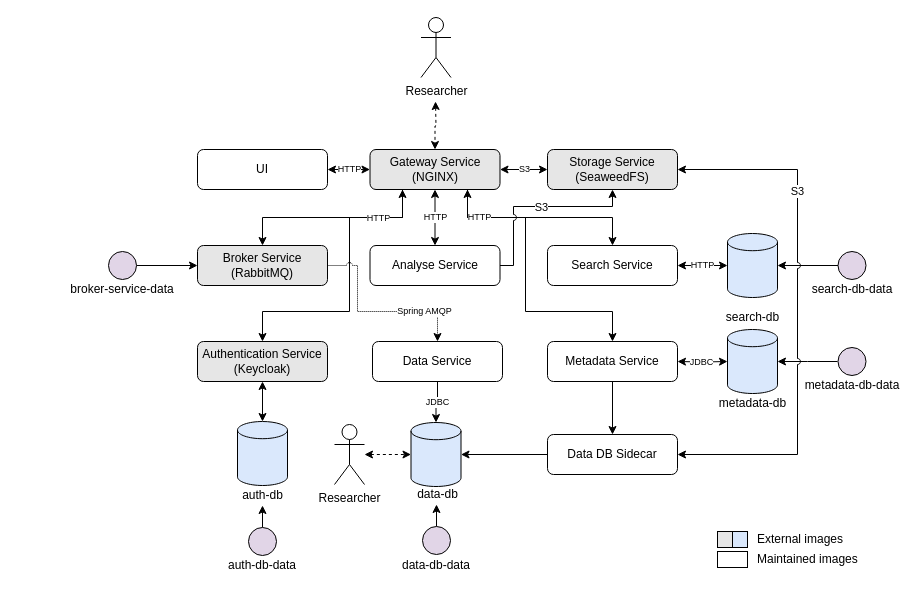
This is page "docker-compose" (1 of 8) of .docs/images/architecture.drawio from DBRepo-Project/dbrepo, a draw.io file, before an edit. Source tidied: cells renumbered, new cells numbered last; positions are measured from the earlier drawing's top-left corner, leaving out a move shared by most shapes. Both pictures are drawn from the tidied source at 100%, with x=0, y=0 at pixel (68, 17).
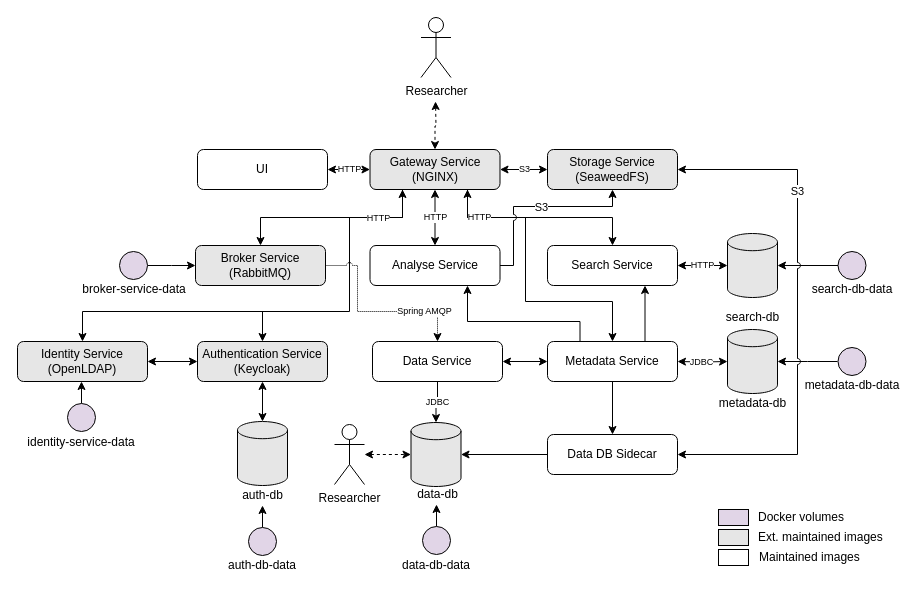
After the change.

Unchanged cells that the change refers to:
```xml
<mxCell id="13" value="Gateway Service&lt;br&gt;(NGINX)" style="rounded=1;whiteSpace=wrap;html=1;fillColor=#E6E6E6;fontColor=#000000;strokeColor=#000000;" parent="1" vertex="1">
  <mxGeometry x="301.5" y="132" width="130" height="40" as="geometry" />
</mxCell>
<mxCell id="16" value="Analyse Service" style="rounded=1;whiteSpace=wrap;html=1;" parent="1" vertex="1">
  <mxGeometry x="301.5" y="228" width="130" height="40" as="geometry" />
</mxCell>
<mxCell id="18" value="Authentication Service&lt;br&gt;(Keycloak)" style="rounded=1;whiteSpace=wrap;html=1;fillColor=#E6E6E6;fontColor=#000000;strokeColor=#000000;" parent="1" vertex="1">
  <mxGeometry x="129" y="324" width="130" height="40" as="geometry" />
</mxCell>
<mxCell id="22" value="Metadata Service" style="rounded=1;whiteSpace=wrap;html=1;" parent="1" vertex="1">
  <mxGeometry x="479" y="324" width="130" height="40" as="geometry" />
</mxCell>
<mxCell id="26" value="Search Service" style="rounded=1;whiteSpace=wrap;html=1;" parent="1" vertex="1">
  <mxGeometry x="479" y="228" width="130" height="40" as="geometry" />
</mxCell>
<mxCell id="49" value="Data Service" style="rounded=1;whiteSpace=wrap;html=1;" parent="1" vertex="1">
  <mxGeometry x="304" y="324" width="130" height="40" as="geometry" />
</mxCell>
```

The edit, as a diff of the source:
```diff
@@
     <mxCell id="11" style="edgeStyle=orthogonalEdgeStyle;rounded=0;jettySize=auto;html=1;exitX=0.75;exitY=1;exitDx=0;exitDy=0;entryX=0.5;entryY=0;entryDx=0;entryDy=0;startArrow=classic;startFill=1;" parent="1" edge="1" source="13" target="22">
       <mxGeometry relative="1" as="geometry">
         <Array as="points">
           <mxPoint x="399" y="200" />
           <mxPoint x="457" y="200" />
-          <mxPoint x="457" y="294" />
-          <mxPoint x="544" y="294" />
+          <mxPoint x="457" y="284" />
+          <mxPoint x="544" y="284" />
         </Array>
       </mxGeometry>
     </mxCell>
@@
+    <mxCell id="64" style="edgeStyle=orthogonalEdgeStyle;rounded=0;jettySize=auto;html=1;exitX=0.75;exitY=1;exitDx=0;exitDy=0;entryX=0.25;entryY=0;entryDx=0;entryDy=0;startArrow=classic;startFill=1;endArrow=none;endFill=0;" parent="1" edge="1" source="16" target="22">
+      <mxGeometry relative="1" as="geometry">
+        <Array as="points">
+          <mxPoint x="399" y="304" />
+          <mxPoint x="512" y="304" />
+        </Array>
+      </mxGeometry>
+    </mxCell>
@@
+    <mxCell id="65" style="edgeStyle=orthogonalEdgeStyle;rounded=0;jettySize=auto;html=1;exitX=0.75;exitY=0;exitDx=0;exitDy=0;entryX=0.75;entryY=1;entryDx=0;entryDy=0;" parent="1" edge="1" source="22" target="26">
+      <mxGeometry relative="1" as="geometry" />
+    </mxCell>
@@
     <mxCell id="24" value="Broker Service&lt;br&gt;(RabbitMQ)" style="rounded=1;whiteSpace=wrap;html=1;fillColor=#E6E6E6;fontColor=#000000;strokeColor=#000000;" parent="1" vertex="1">
-      <mxGeometry x="129" y="228" width="130" height="40" as="geometry" />
+      <mxGeometry x="127" y="228" width="130" height="40" as="geometry" />
     </mxCell>
@@
-    <mxCell id="28" style="shape=cylinder3;whiteSpace=wrap;html=1;boundedLbl=1;backgroundOutline=1;size=8.600000000000023;fillColor=#dae8fc;strokeColor=#000000;" parent="1" vertex="1">
+    <mxCell id="28" style="shape=cylinder3;whiteSpace=wrap;html=1;boundedLbl=1;backgroundOutline=1;size=8.600000000000023;fillColor=#E6E6E6;strokeColor=#000000;" parent="1" vertex="1">
       <mxGeometry x="659" y="216" width="50" height="64" as="geometry" />
     </mxCell>
@@
-    <mxCell id="30" style="shape=cylinder3;whiteSpace=wrap;html=1;boundedLbl=1;backgroundOutline=1;size=8.600000000000023;fillColor=#dae8fc;strokeColor=#000000;" parent="1" vertex="1">
+    <mxCell id="30" style="shape=cylinder3;whiteSpace=wrap;html=1;boundedLbl=1;backgroundOutline=1;size=8.600000000000023;fillColor=#E6E6E6;strokeColor=#000000;" parent="1" vertex="1">
       <mxGeometry x="659" y="312" width="50" height="64" as="geometry" />
     </mxCell>
@@
-    <mxCell id="32" style="shape=cylinder3;whiteSpace=wrap;html=1;boundedLbl=1;backgroundOutline=1;size=8.600000000000023;fillColor=#dae8fc;strokeColor=#000000;" parent="1" vertex="1">
+    <mxCell id="32" style="shape=cylinder3;whiteSpace=wrap;html=1;boundedLbl=1;backgroundOutline=1;size=8.600000000000023;fillColor=#E6E6E6;strokeColor=#000000;" parent="1" vertex="1">
       <mxGeometry x="342.5" y="405" width="50" height="64" as="geometry" />
     </mxCell>
@@
-    <mxCell id="34" style="shape=cylinder3;whiteSpace=wrap;html=1;boundedLbl=1;backgroundOutline=1;size=8.600000000000023;fillColor=#dae8fc;strokeColor=#000000;" parent="1" vertex="1">
+    <mxCell id="34" style="shape=cylinder3;whiteSpace=wrap;html=1;boundedLbl=1;backgroundOutline=1;size=8.600000000000023;fillColor=#E6E6E6;strokeColor=#000000;" parent="1" vertex="1">
       <mxGeometry x="169" y="404" width="50" height="64" as="geometry" />
     </mxCell>
@@
+    <mxCell id="66" style="edgeStyle=orthogonalEdgeStyle;rounded=0;jettySize=auto;html=1;exitX=1;exitY=0.5;exitDx=0;exitDy=0;entryX=0;entryY=0.5;entryDx=0;entryDy=0;startArrow=classic;startFill=1;" parent="1" edge="1" source="49" target="22">
+      <mxGeometry relative="1" as="geometry" />
+    </mxCell>
@@
     <mxCell id="51" style="edgeStyle=orthogonalEdgeStyle;rounded=0;jettySize=auto;html=1;entryX=1;entryY=0.5;entryDx=0;entryDy=0;" parent="1" edge="1" source="52">
       <mxGeometry relative="1" as="geometry">
-        <mxPoint x="129" y="248" as="targetPoint" />
+        <mxPoint x="127" y="248" as="targetPoint" />
       </mxGeometry>
     </mxCell>
     <mxCell id="52" style="ellipse;whiteSpace=wrap;html=1;fillColor=#e1d5e7;strokeColor=#000000;" parent="1" vertex="1">
-      <mxGeometry x="40" y="234" width="28" height="28" as="geometry" />
+      <mxGeometry x="51" y="234" width="28" height="28" as="geometry" />
     </mxCell>
     <mxCell id="53" value="broker-service-data" style="text;html=1;strokeColor=none;fillColor=none;align=center;verticalAlign=middle;whiteSpace=wrap;rounded=0;spacing=-1;" parent="1" vertex="1">
-      <mxGeometry y="262" width="108" height="20" as="geometry" />
+      <mxGeometry x="12" y="262" width="108" height="20" as="geometry" />
     </mxCell>
@@
-    <mxCell id="59" style="rounded=0;whiteSpace=wrap;html=1;fillColor=#E6E6E6;" parent="1" vertex="1">
-      <mxGeometry x="649" y="514" width="30" height="16" as="geometry" />
+    <mxCell id="59" style="rounded=0;whiteSpace=wrap;html=1;fillColor=#E1D5E7;" parent="1" vertex="1">
+      <mxGeometry x="650" y="492" width="30" height="16" as="geometry" />
     </mxCell>
-    <mxCell id="60" value="External images" style="text;html=1;strokeColor=none;fillColor=none;align=left;verticalAlign=middle;whiteSpace=wrap;rounded=0;" parent="1" vertex="1">
-      <mxGeometry x="686.5" y="514" width="140" height="16" as="geometry" />
+    <mxCell id="60" value="Docker volumes" style="text;html=1;strokeColor=none;fillColor=none;align=left;verticalAlign=middle;whiteSpace=wrap;rounded=0;" parent="1" vertex="1">
+      <mxGeometry x="687.5" y="492" width="92.5" height="16" as="geometry" />
     </mxCell>
-    <mxCell id="61" style="rounded=0;whiteSpace=wrap;html=1;" parent="1" vertex="1">
-      <mxGeometry x="649" y="534" width="30" height="16" as="geometry" />
+    <mxCell id="61" style="rounded=0;whiteSpace=wrap;html=1;fillColor=#E6E6E6;" parent="1" vertex="1">
+      <mxGeometry x="650" y="512" width="30" height="16" as="geometry" />
     </mxCell>
-    <mxCell id="62" value="Maintained images" style="text;html=1;strokeColor=none;fillColor=none;align=left;verticalAlign=middle;whiteSpace=wrap;rounded=0;" parent="1" vertex="1">
-      <mxGeometry x="686.5" y="534" width="140" height="16" as="geometry" />
+    <mxCell id="62" value="Ext. maintained images" style="text;html=1;strokeColor=none;fillColor=none;align=left;verticalAlign=middle;whiteSpace=wrap;rounded=0;" parent="1" vertex="1">
+      <mxGeometry x="687.5" y="512" width="132.5" height="16" as="geometry" />
     </mxCell>
-    <mxCell id="63" style="rounded=0;whiteSpace=wrap;html=1;fillColor=#dae8fc;strokeColor=#000000;" parent="1" vertex="1">
-      <mxGeometry x="664" y="514" width="15" height="16" as="geometry" />
-    </mxCell>
+    <mxCell id="67" style="edgeStyle=orthogonalEdgeStyle;rounded=0;jettySize=auto;html=1;exitX=0.5;exitY=0;exitDx=0;exitDy=0;endArrow=none;endFill=0;startArrow=classic;startFill=1;" parent="1" edge="1" source="69">
+      <mxGeometry relative="1" as="geometry">
+        <mxPoint x="199" y="294" as="targetPoint" />
+        <Array as="points">
+          <mxPoint x="14" y="294" />
+        </Array>
+      </mxGeometry>
+    </mxCell>
+    <mxCell id="68" style="edgeStyle=orthogonalEdgeStyle;rounded=0;jettySize=auto;html=1;exitX=1;exitY=0.5;exitDx=0;exitDy=0;entryX=0;entryY=0.5;entryDx=0;entryDy=0;startArrow=classic;startFill=1;" parent="1" edge="1" source="69" target="18">
+      <mxGeometry relative="1" as="geometry" />
+    </mxCell>
+    <mxCell id="69" value="Identity Service&lt;div&gt;(OpenLDAP)&lt;/div&gt;" style="rounded=1;whiteSpace=wrap;html=1;fillColor=#E6E6E6;fontColor=#000000;strokeColor=#000000;" parent="1" vertex="1">
+      <mxGeometry x="-51" y="324" width="130" height="40" as="geometry" />
+    </mxCell>
+    <mxCell id="70" style="edgeStyle=orthogonalEdgeStyle;rounded=0;jettySize=auto;html=1;exitX=0.5;exitY=0;exitDx=0;exitDy=0;entryX=0.5;entryY=1;entryDx=0;entryDy=0;" parent="1" edge="1" source="71">
+      <mxGeometry relative="1" as="geometry">
+        <mxPoint x="13" y="364" as="targetPoint" />
+      </mxGeometry>
+    </mxCell>
+    <mxCell id="71" style="ellipse;whiteSpace=wrap;html=1;fillColor=#e1d5e7;strokeColor=#000000;" parent="1" vertex="1">
+      <mxGeometry x="-1" y="386" width="28" height="28" as="geometry" />
+    </mxCell>
+    <mxCell id="72" value="identity-service-data" style="text;html=1;strokeColor=none;fillColor=none;align=center;verticalAlign=middle;whiteSpace=wrap;rounded=0;spacing=-1;" parent="1" vertex="1">
+      <mxGeometry x="-41" y="415" width="108" height="20" as="geometry" />
+    </mxCell>
+    <mxCell id="73" style="rounded=0;whiteSpace=wrap;html=1;" parent="1" vertex="1">
+      <mxGeometry x="650" y="532" width="30" height="16" as="geometry" />
+    </mxCell>
+    <mxCell id="74" value="Maintained images" style="text;html=1;strokeColor=none;fillColor=none;align=left;verticalAlign=middle;whiteSpace=wrap;rounded=0;" parent="1" vertex="1">
+      <mxGeometry x="688.5" y="532" width="111.5" height="16" as="geometry" />
+    </mxCell>
```
